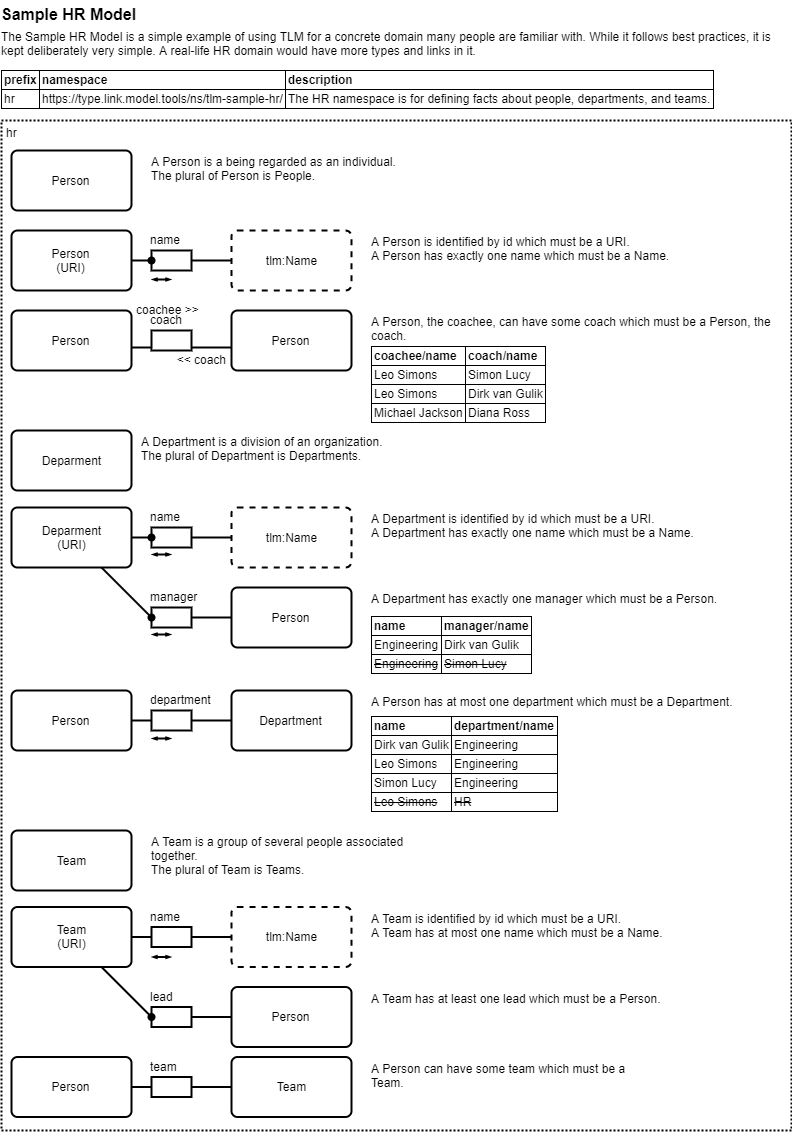
The draw.io diagram docs/design/sample-hr-model.png in typelinkmodel/tlm, before a commit. Source tidied: cells renumbered, new cells last; positions are measured from the earlier drawing's top-left corner, leaving out a move shared by most shapes.
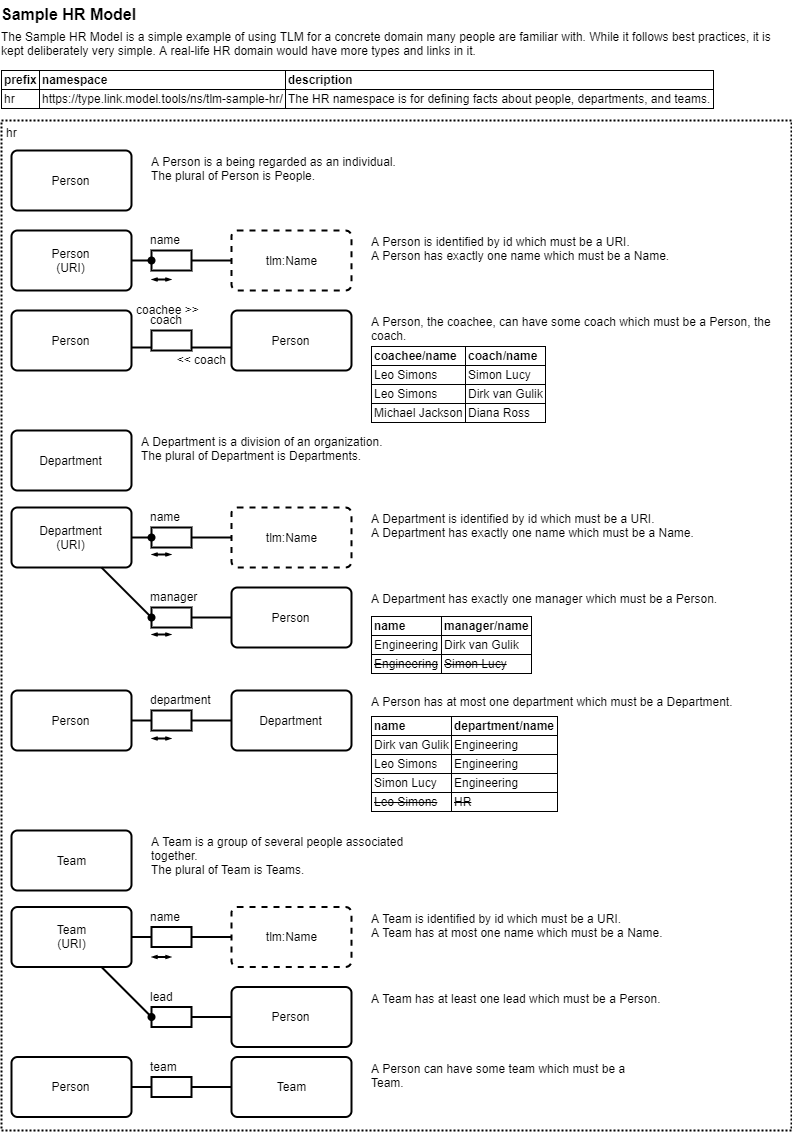
After the change.

The edit, as a diff of the source:
```diff
@@ -69,7 +69,7 @@
     <mxCell id="21" value="name" style="html=1;rounded=0;shadow=0;glass=0;comic=0;strokeWidth=2;fontSize=12;align=left;verticalAlign=bottom;labelPosition=center;verticalLabelPosition=top;spacing=0;spacingBottom=2;spacingLeft=-2;" parent="4" vertex="1">
       <mxGeometry x="150" y="527" width="40" height="20" as="geometry" />
     </mxCell>
-    <mxCell id="22" value="Deparment&lt;br&gt;(URI)" style="strokeWidth=2;rounded=1;arcSize=10;whiteSpace=wrap;html=1;align=center;fontSize=12;shadow=0;fillColor=#ffffff;glass=0;comic=0;" parent="4" vertex="1">
+    <mxCell id="22" value="Department&lt;br&gt;(URI)" style="strokeWidth=2;rounded=1;arcSize=10;whiteSpace=wrap;html=1;align=center;fontSize=12;shadow=0;fillColor=#ffffff;glass=0;comic=0;" parent="4" vertex="1">
       <mxGeometry x="10" y="507" width="120" height="60" as="geometry" />
     </mxCell>
     <mxCell id="23" value="tlm:Name" style="strokeWidth=2;rounded=1;arcSize=10;whiteSpace=wrap;html=1;align=center;fontSize=12;shadow=0;fillColor=#ffffff;glass=0;comic=0;dashed=1;" parent="4" vertex="1">
@@ -210,7 +210,7 @@
     <mxCell id="64" value="&lt;div&gt;A Person is a being regarded as an individual.&lt;/div&gt;&lt;div&gt;The plural of Person is People.&lt;/div&gt;" style="text;html=1;strokeColor=none;fillColor=none;align=left;verticalAlign=top;whiteSpace=wrap;rounded=0;shadow=0;glass=0;dashed=1;comic=0;fontSize=12;spacing=0;" parent="4" vertex="1">
       <mxGeometry x="150" y="150" width="620" height="60" as="geometry" />
     </mxCell>
-    <mxCell id="65" value="Deparment" style="strokeWidth=2;rounded=1;arcSize=10;whiteSpace=wrap;html=1;align=center;fontSize=12;shadow=0;fillColor=#ffffff;glass=0;comic=0;" parent="4" vertex="1">
+    <mxCell id="65" value="Department" style="strokeWidth=2;rounded=1;arcSize=10;whiteSpace=wrap;html=1;align=center;fontSize=12;shadow=0;fillColor=#ffffff;glass=0;comic=0;" parent="4" vertex="1">
       <mxGeometry x="10" y="430" width="120" height="60" as="geometry" />
     </mxCell>
     <mxCell id="66" value="&lt;div&gt;A Department is a division of an organization.&lt;/div&gt;&lt;div&gt;The plural of Department is Departments.&lt;/div&gt;&lt;div&gt;&lt;br&gt;&lt;/div&gt;" style="text;html=1;strokeColor=none;fillColor=none;align=left;verticalAlign=top;whiteSpace=wrap;rounded=0;shadow=0;glass=0;dashed=1;comic=0;fontSize=12;spacing=0;" parent="4" vertex="1">
```
